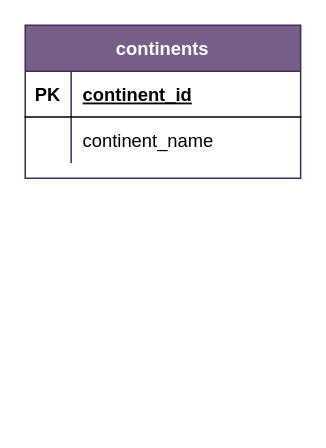
The draw.io diagram page "model" (2 of 2) of mundo_ER.drawio in r3card0/mundo-octo-potato, before the edit. Source tidied: cells renumbered, new cells numbered last; positions are measured from the earlier drawing's top-left corner, leaving out a move shared by most shapes. Both pictures are drawn from the tidied source at 153%, with x=0, y=0 at pixel (24, 24).
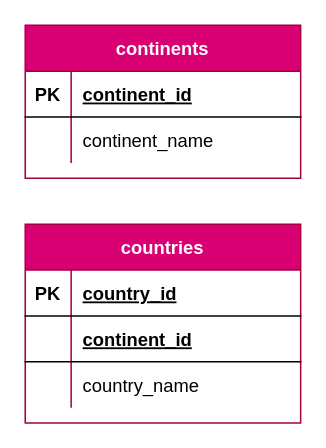
After the change.

Commit message:
countries model added

Diff of the diagram source:
```diff
@@
 <mxGraphModel>
   <root>
     <mxCell id="0" />
     <mxCell id="1" parent="0" />
-    <mxCell id="2" value="continents" style="shape=table;startSize=30;childLayout=tableLayout;rowLines=0;fontStyle=1;align=center;fillColor=#76608a;strokeColor=#432D57;fontColor=#ffffff;" parent="1" vertex="1">
+    <mxCell id="2" value="continents" style="shape=table;startSize=30;childLayout=tableLayout;rowLines=0;fontStyle=1;align=center;fillColor=#d80073;strokeColor=#A50040;fontColor=#ffffff;" parent="1" vertex="1">
       <mxGeometry width="180" height="100" as="geometry" />
     </mxCell>
     <mxCell id="3" style="shape=partialRectangle;fillColor=none;top=0;left=0;bottom=1;right=0;" parent="2" vertex="1">
       <mxGeometry y="30" width="180" height="30" as="geometry" />
     </mxCell>
     <mxCell id="4" value="PK" style="shape=partialRectangle;fillColor=none;top=0;left=0;bottom=0;right=0;fontStyle=1;overflow=hidden;" parent="3" vertex="1">
       <mxGeometry width="30" height="30" as="geometry" />
     </mxCell>
     <mxCell id="5" value="continent_id" style="shape=partialRectangle;fillColor=none;top=0;left=0;bottom=0;right=0;align=left;spacingLeft=6;fontStyle=5;overflow=hidden;" parent="3" vertex="1">
       <mxGeometry x="30" width="150" height="30" as="geometry" />
     </mxCell>
     <mxCell id="6" style="shape=partialRectangle;fillColor=none;top=0;left=0;bottom=0;right=0;" parent="2" vertex="1">
       <mxGeometry y="60" width="180" height="30" as="geometry" />
     </mxCell>
     <mxCell id="7" style="shape=partialRectangle;fillColor=none;top=0;left=0;bottom=0;right=0;overflow=hidden;" parent="6" vertex="1">
       <mxGeometry width="30" height="30" as="geometry" />
     </mxCell>
     <mxCell id="8" value="continent_name" style="shape=partialRectangle;fillColor=none;top=0;left=0;bottom=0;right=0;align=left;spacingLeft=6;overflow=hidden;" parent="6" vertex="1">
       <mxGeometry x="30" width="150" height="30" as="geometry" />
     </mxCell>
+    <mxCell id="9" value="countries" style="shape=table;startSize=30;childLayout=tableLayout;rowLines=0;fontStyle=1;align=center;fillColor=#d80073;strokeColor=#A50040;fontColor=#ffffff;" parent="1" vertex="1">
+      <mxGeometry y="130" width="180" height="130" as="geometry" />
+    </mxCell>
+    <mxCell id="10" style="shape=partialRectangle;fillColor=none;top=0;left=0;bottom=1;right=0;" parent="9" vertex="1">
+      <mxGeometry y="30" width="180" height="30" as="geometry" />
+    </mxCell>
+    <mxCell id="11" value="PK" style="shape=partialRectangle;fillColor=none;top=0;left=0;bottom=0;right=0;fontStyle=1;overflow=hidden;" parent="10" vertex="1">
+      <mxGeometry width="30" height="30" as="geometry" />
+    </mxCell>
+    <mxCell id="12" value="country_id" style="shape=partialRectangle;fillColor=none;top=0;left=0;bottom=0;right=0;align=left;spacingLeft=6;fontStyle=5;overflow=hidden;" parent="10" vertex="1">
+      <mxGeometry x="30" width="150" height="30" as="geometry" />
+    </mxCell>
+    <mxCell id="13" style="shape=partialRectangle;fillColor=none;top=0;left=0;bottom=1;right=0;" parent="9" vertex="1">
+      <mxGeometry y="60" width="180" height="30" as="geometry" />
+    </mxCell>
+    <mxCell id="14" style="shape=partialRectangle;fillColor=none;top=0;left=0;bottom=0;right=0;fontStyle=1;overflow=hidden;" parent="13" vertex="1">
+      <mxGeometry width="30" height="30" as="geometry" />
+    </mxCell>
+    <mxCell id="15" value="continent_id" style="shape=partialRectangle;fillColor=none;top=0;left=0;bottom=0;right=0;align=left;spacingLeft=6;fontStyle=5;overflow=hidden;" parent="13" vertex="1">
+      <mxGeometry x="30" width="150" height="30" as="geometry" />
+    </mxCell>
+    <mxCell id="16" style="shape=partialRectangle;fillColor=none;top=0;left=0;bottom=0;right=0;" parent="9" vertex="1">
+      <mxGeometry y="90" width="180" height="30" as="geometry" />
+    </mxCell>
+    <mxCell id="17" style="shape=partialRectangle;fillColor=none;top=0;left=0;bottom=0;right=0;overflow=hidden;" parent="16" vertex="1">
+      <mxGeometry width="30" height="30" as="geometry" />
+    </mxCell>
+    <mxCell id="18" value="country_name" style="shape=partialRectangle;fillColor=none;top=0;left=0;bottom=0;right=0;align=left;spacingLeft=6;overflow=hidden;" parent="16" vertex="1">
+      <mxGeometry x="30" width="150" height="30" as="geometry" />
+    </mxCell>
   </root>
 </mxGraphModel>
```
